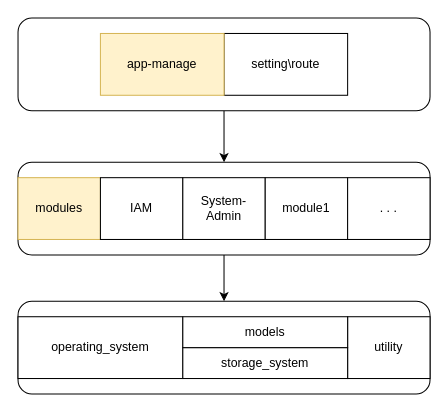
This is application_architecture.drawio from AdenLin1993/Define_and_import_standard_platform-SaaS, a draw.io file, before an edit. Source tidied: cells renumbered, new cells numbered last; positions are measured from the earlier drawing's top-left corner, leaving out a move shared by most shapes. Both pictures are drawn from the tidied source at 103%, with x=0, y=0 at pixel (18, 18).
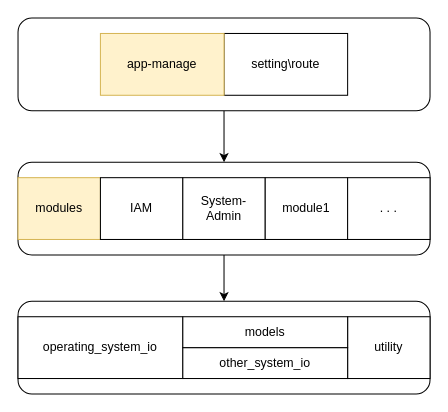
The same diagram, later.

The change refers to these unchanged cells:
```xml
<mxCell id="15" style="group;" parent="1" vertex="1">
  <mxGeometry y="290" width="400" height="60" as="geometry" />
</mxCell>
<mxCell id="18" style="group;" parent="15" vertex="1">
  <mxGeometry x="150" width="170" height="60" as="geometry" />
</mxCell>
```

Change to the diagram source:
```diff
@@
-    <mxCell id="16" value="operating_system" style="rounded=0;whiteSpace=wrap;html=1;" parent="15" vertex="1">
+    <mxCell id="16" value="operating_system_io" style="rounded=0;whiteSpace=wrap;html=1;" parent="15" vertex="1">
       <mxGeometry width="160" height="60" as="geometry" />
     </mxCell>
@@
-    <mxCell id="19" value="storage_system" style="rounded=0;whiteSpace=wrap;html=1;align=center;" parent="18" vertex="1">
+    <mxCell id="19" value="other_system_io" style="rounded=0;whiteSpace=wrap;html=1;align=center;" parent="18" vertex="1">
       <mxGeometry x="10" y="30" width="160" height="30" as="geometry" />
     </mxCell>
```
